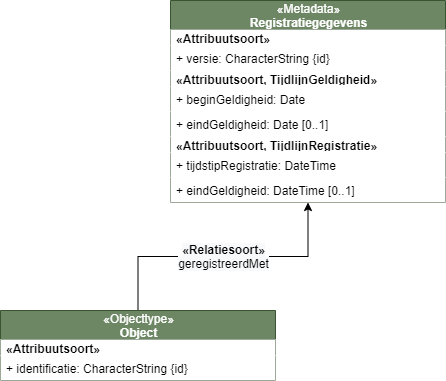
Geonovum/disgeo-demo-3a keeps this draw.io diagram as inhoudelijkepunten/historie.drawio.png. Above is the earlier version. Source tidied: cells renumbered, new cells last; positions are measured from the earlier drawing's top-left corner, leaving out a move shared by most shapes.
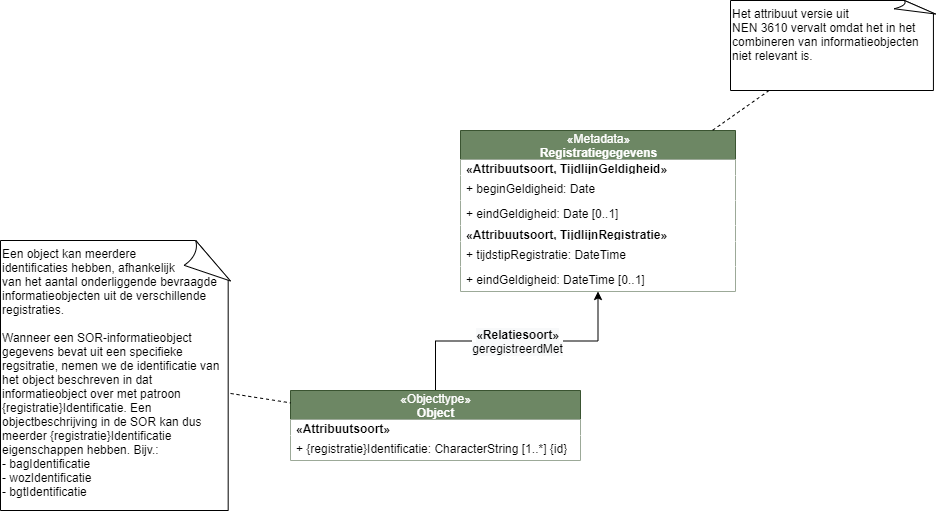
Above is the later version.

Commit message:
verwerken review

What changed in the source:
```diff
@@ -6,40 +6,46 @@
       <mxGeometry relative="1" as="geometry" />
     </mxCell>
     <mxCell id="3" value="&lt;span style=&quot;font-weight: 400&quot;&gt;«Objecttype»&lt;/span&gt;&lt;br style=&quot;font-weight: 400&quot;&gt;Object" style="swimlane;fontStyle=1;align=center;verticalAlign=middle;horizontal=1;startSize=29;html=1;fillColor=#6d8764;strokeColor=#3A5431;fontColor=#ffffff;" parent="1" vertex="1">
-      <mxGeometry y="310" width="275" height="70" as="geometry" />
+      <mxGeometry y="260" width="290" height="70" as="geometry" />
     </mxCell>
     <mxCell id="4" value="&lt;span style=&quot;text-align: center&quot;&gt;&lt;b&gt;«Attribuutsoort»&lt;/b&gt;&lt;/span&gt;" style="text;html=1;align=left;verticalAlign=middle;spacingLeft=4;spacingRight=4;overflow=hidden;fillColor=#ffffff;" parent="3" vertex="1">
-      <mxGeometry y="29" width="275" height="16" as="geometry" />
+      <mxGeometry y="29" width="290" height="16" as="geometry" />
     </mxCell>
-    <mxCell id="5" value="+ identificatie: CharacterString {id}" style="text;html=1;align=left;verticalAlign=middle;spacingLeft=4;spacingRight=4;overflow=hidden;fillColor=#ffffff;" parent="3" vertex="1">
-      <mxGeometry y="45" width="275" height="25" as="geometry" />
+    <mxCell id="5" value="+ {registratie}Identificatie: CharacterString [1..*] {id}" style="text;html=1;align=left;verticalAlign=middle;spacingLeft=4;spacingRight=4;overflow=hidden;fillColor=#ffffff;" parent="3" vertex="1">
+      <mxGeometry y="45" width="290" height="25" as="geometry" />
     </mxCell>
     <mxCell id="6" value="&lt;span style=&quot;font-weight: 400&quot;&gt;«Metadata»&lt;/span&gt;&lt;br style=&quot;font-weight: 400&quot;&gt;Registratiegegevens" style="swimlane;fontStyle=1;align=center;verticalAlign=middle;horizontal=1;startSize=29;html=1;fillColor=#6d8764;strokeColor=#3A5431;fontColor=#ffffff;" parent="1" vertex="1">
-      <mxGeometry x="170" width="275" height="202" as="geometry" />
+      <mxGeometry x="170" width="275" height="161" as="geometry" />
     </mxCell>
-    <mxCell id="7" value="&lt;span style=&quot;text-align: center&quot;&gt;&lt;b&gt;«Attribuutsoort»&lt;/b&gt;&lt;/span&gt;" style="text;html=1;align=left;verticalAlign=middle;spacingLeft=4;spacingRight=4;overflow=hidden;fillColor=#ffffff;" parent="6" vertex="1">
-      <mxGeometry y="29" width="275" height="16" as="geometry" />
-    </mxCell>
-    <mxCell id="8" value="+ versie: CharacterString {id}" style="text;html=1;align=left;verticalAlign=middle;spacingLeft=4;spacingRight=4;overflow=hidden;fillColor=#ffffff;" parent="6" vertex="1">
-      <mxGeometry y="45" width="275" height="25" as="geometry" />
-    </mxCell>
     <mxCell id="9" value="&lt;span style=&quot;text-align: center&quot;&gt;&lt;b&gt;«Attribuutsoort, TijdlijnGeldigheid»&lt;/b&gt;&lt;/span&gt;" style="text;html=1;align=left;verticalAlign=middle;spacingLeft=4;spacingRight=4;overflow=hidden;fillColor=#ffffff;" parent="6" vertex="1">
-      <mxGeometry y="70" width="275" height="16" as="geometry" />
+      <mxGeometry y="29" width="275" height="16" as="geometry" />
     </mxCell>
     <mxCell id="10" value="+ beginGeldigheid: Date" style="text;html=1;align=left;verticalAlign=middle;spacingLeft=4;spacingRight=4;overflow=hidden;fillColor=#ffffff;" parent="6" vertex="1">
-      <mxGeometry y="86" width="275" height="25" as="geometry" />
+      <mxGeometry y="45" width="275" height="25" as="geometry" />
     </mxCell>
     <mxCell id="11" value="+ eindGeldigheid: Date [0..1]" style="text;html=1;align=left;verticalAlign=middle;spacingLeft=4;spacingRight=4;overflow=hidden;fillColor=#ffffff;" parent="6" vertex="1">
-      <mxGeometry y="111" width="275" height="25" as="geometry" />
+      <mxGeometry y="70" width="275" height="25" as="geometry" />
     </mxCell>
     <mxCell id="12" value="&lt;span style=&quot;text-align: center&quot;&gt;&lt;b&gt;«Attribuutsoort, TijdlijnRegistratie»&lt;/b&gt;&lt;/span&gt;" style="text;html=1;align=left;verticalAlign=middle;spacingLeft=4;spacingRight=4;overflow=hidden;fillColor=#ffffff;" parent="6" vertex="1">
-      <mxGeometry y="136" width="275" height="16" as="geometry" />
+      <mxGeometry y="95" width="275" height="16" as="geometry" />
     </mxCell>
     <mxCell id="13" value="+ tijdstipRegistratie: DateTime" style="text;html=1;align=left;verticalAlign=middle;spacingLeft=4;spacingRight=4;overflow=hidden;fillColor=#ffffff;" parent="6" vertex="1">
-      <mxGeometry y="152" width="275" height="25" as="geometry" />
+      <mxGeometry y="111" width="275" height="25" as="geometry" />
     </mxCell>
     <mxCell id="14" value="+ eindGeldigheid: DateTime [0..1]" style="text;html=1;align=left;verticalAlign=middle;spacingLeft=4;spacingRight=4;overflow=hidden;fillColor=#ffffff;" parent="6" vertex="1">
-      <mxGeometry y="177" width="275" height="25" as="geometry" />
+      <mxGeometry y="136" width="275" height="25" as="geometry" />
     </mxCell>
+    <mxCell id="15" style="rounded=0;jettySize=auto;html=1;dashed=1;endArrow=none;endFill=0;" parent="1" edge="1" source="16" target="6">
+      <mxGeometry relative="1" as="geometry" />
+    </mxCell>
+    <mxCell id="16" value="Het attribuut versie uit &lt;br&gt;NEN 3610 vervalt omdat het in het combineren van informatieobjecten niet relevant is.&amp;nbsp;" style="whiteSpace=wrap;html=1;shape=mxgraph.basic.document;align=left;horizontal=1;verticalAlign=top;" parent="1" vertex="1">
+      <mxGeometry x="440" y="-130" width="205" height="90" as="geometry" />
+    </mxCell>
+    <mxCell id="17" style="edgeStyle=none;rounded=0;jettySize=auto;html=1;dashed=1;endArrow=none;endFill=0;" parent="1" edge="1" source="18" target="3">
+      <mxGeometry relative="1" as="geometry" />
+    </mxCell>
+    <mxCell id="18" value="Een object kan meerdere &lt;br&gt;identificaties hebben, afhankelijk &lt;br&gt;van het aantal onderliggende bevraagde informatieobjecten uit de verschillende registraties. &lt;br&gt;&lt;br&gt;Wanneer een SOR-informatieobject gegevens bevat uit een specifieke regsitratie, nemen we de identificatie van het object beschreven in dat informatieobject over met patroon {registratie}Identificatie. Een objectbeschrijving in de SOR kan dus meerder {registratie}Identificatie eigenschappen hebben. Bijv.:&lt;br&gt;- bagIdentificatie&lt;br&gt;- wozIdentificatie&lt;br&gt;- bgtIdentificatie" style="whiteSpace=wrap;html=1;shape=mxgraph.basic.document;align=left;horizontal=1;verticalAlign=top;" parent="1" vertex="1">
+      <mxGeometry x="-290" y="110" width="230" height="270" as="geometry" />
+    </mxCell>
   </root>
 </mxGraphModel>
```
